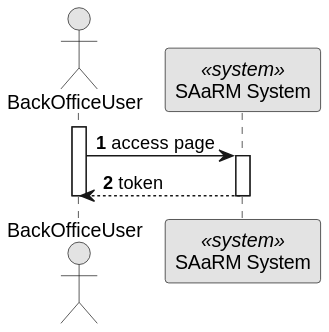
This is docs/BackofficeModule/5.1.6/sequence-diagram-1.svg from Ana-Miguel-Silva/SurgicalAppointmentAndResourceManagement, a PlantUML export, as it was before one commit. Its diagram source:
```plantuml
@startuml
skinparam monochrome true
skinparam packageStyle rectangle
skinparam shadowing false

autonumber

actor "BackOfficeUser" as AD
participant "SAaRM System" as SYS <<system>>



activate AD

AD -> SYS: access page

activate SYS

SYS --> AD: token


deactivate SYS

deactivate AD
@enduml
```
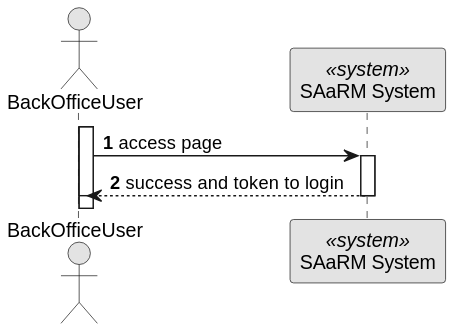
The same file after the commit.

Diff of the diagram source:
```diff
@@ -12,12 +12,11 @@
 
 activate AD
 
+activate AD
 AD -> SYS: access page
 
 activate SYS
-
-SYS --> AD: token
-
+SYS --> AD : success and token to login
 
 deactivate SYS
 
```
